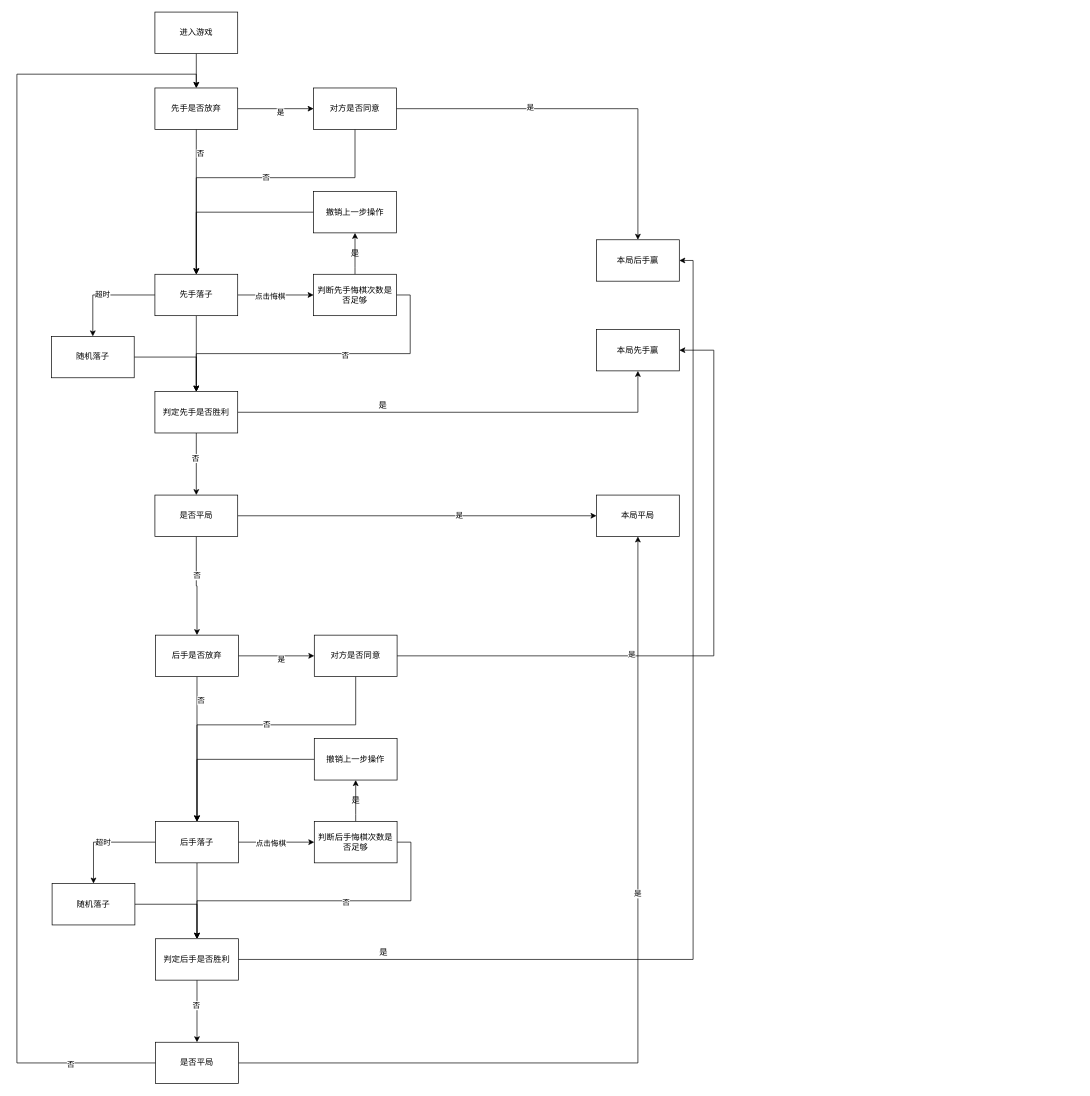
This is 未命名绘图.drawio from wuyah/HUST-Algorithms-Assignment, a draw.io file, before an edit. Source tidied: cells renumbered, new cells numbered last; positions are measured from the earlier drawing's top-left corner, leaving out a move shared by most shapes. Both pictures are drawn from the tidied source at 69%, with x=0, y=0 at pixel (17, 12).
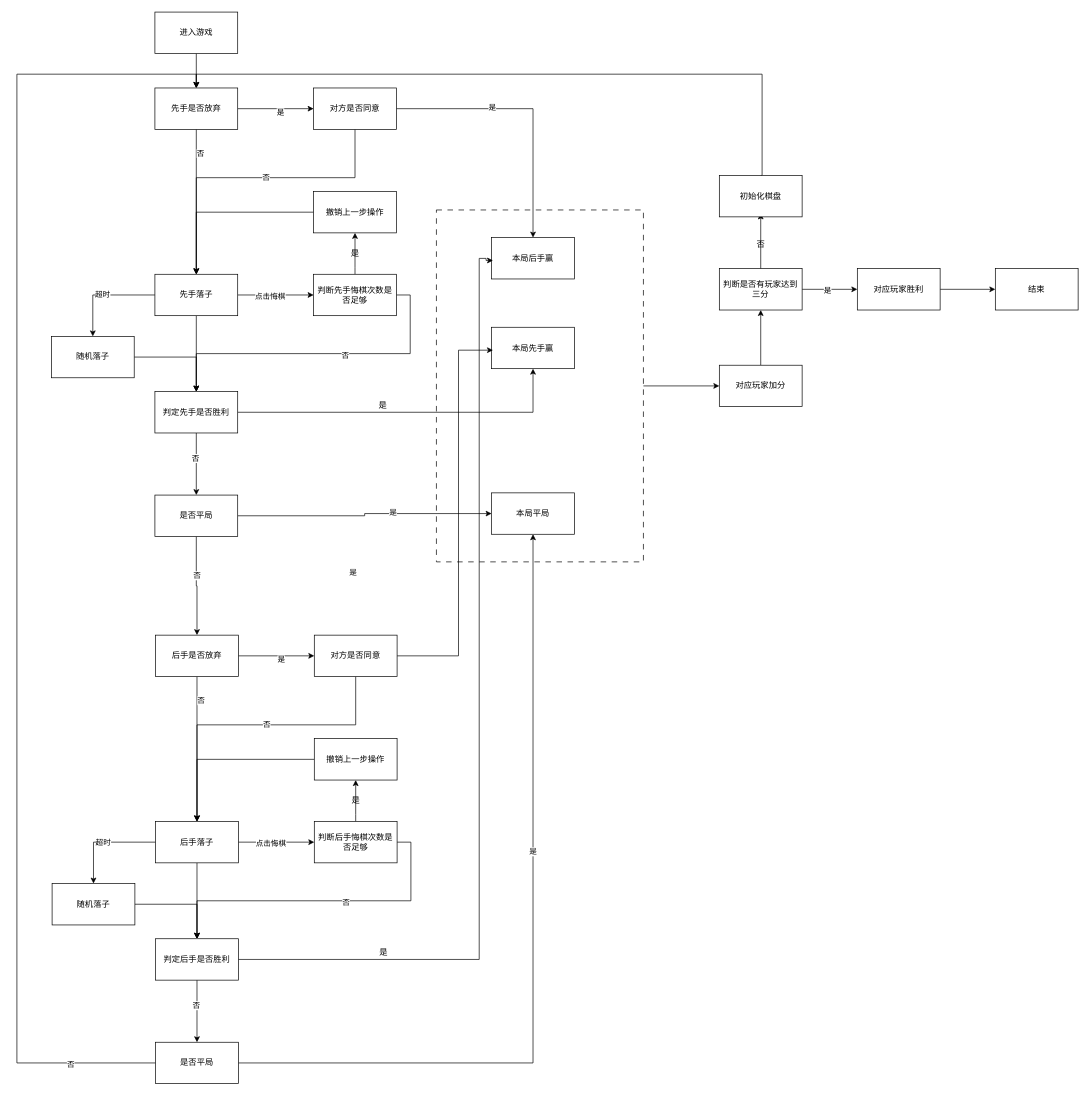
After the change.

Commit message:
更新未命名绘图.drawio

Unchanged cells that the change refers to:
```xml
<mxCell id="6" value="先手是否放弃" style="rounded=0;whiteSpace=wrap;html=1;" parent="1" vertex="1">
  <mxGeometry x="200" y="110" width="120" height="60" as="geometry" />
</mxCell>
<mxCell id="56" value="判定后手是否胜利" style="rounded=0;whiteSpace=wrap;html=1;" parent="1" vertex="1">
  <mxGeometry x="201" y="1343" width="120" height="60" as="geometry" />
</mxCell>
<mxCell id="70" value="对方是否同意" style="rounded=0;whiteSpace=wrap;html=1;" parent="1" vertex="1">
  <mxGeometry x="431" y="903" width="120" height="60" as="geometry" />
</mxCell>
```

What changed in the source:
```diff
@@
     <mxCell id="33" value="本局后手赢" style="rounded=0;whiteSpace=wrap;html=1;" parent="1" vertex="1">
-      <mxGeometry x="840" y="330" width="120" height="60" as="geometry" />
+      <mxGeometry x="688" y="326.8" width="120" height="60" as="geometry" />
     </mxCell>
     <mxCell id="34" value="本局先手赢" style="rounded=0;whiteSpace=wrap;html=1;" parent="1" vertex="1">
-      <mxGeometry x="840" y="460" width="120" height="60" as="geometry" />
+      <mxGeometry x="688" y="456.8" width="120" height="60" as="geometry" />
     </mxCell>
@@
     <mxCell id="41" value="本局平局" style="rounded=0;whiteSpace=wrap;html=1;" parent="1" vertex="1">
-      <mxGeometry x="840" y="700" width="120" height="60" as="geometry" />
+      <mxGeometry x="688" y="696.8" width="120" height="60" as="geometry" />
     </mxCell>
@@
-    <mxCell id="53" style="edgeStyle=orthogonalEdgeStyle;rounded=0;jettySize=auto;html=1;entryX=1;entryY=0.5;entryDx=0;entryDy=0;" parent="1" edge="1" source="56" target="33">
-      <mxGeometry relative="1" as="geometry" />
+    <mxCell id="53" style="edgeStyle=orthogonalEdgeStyle;rounded=0;jettySize=auto;html=1;" parent="1" edge="1" source="56">
+      <mxGeometry relative="1" as="geometry">
+        <mxPoint x="690" y="360" as="targetPoint" />
+        <Array as="points">
+          <mxPoint x="670" y="1373" />
+          <mxPoint x="670" y="357" />
+          <mxPoint x="680" y="357" />
+          <mxPoint x="680" y="360" />
+        </Array>
+      </mxGeometry>
     </mxCell>
@@
     <mxCell id="68" style="edgeStyle=orthogonalEdgeStyle;rounded=0;jettySize=auto;html=1;" parent="1" edge="1" source="70">
       <mxGeometry relative="1" as="geometry">
-        <mxPoint x="960" y="490" as="targetPoint" />
+        <mxPoint x="690" y="490" as="targetPoint" />
         <Array as="points">
-          <mxPoint x="1010" y="933" />
-          <mxPoint x="1010" y="490" />
+          <mxPoint x="640" y="933" />
+          <mxPoint x="640" y="490" />
         </Array>
       </mxGeometry>
     </mxCell>
     <mxCell id="69" value="是" style="edgeLabel;html=1;align=center;verticalAlign=middle;" parent="68" vertex="1">
       <mxGeometry x="-0.29" y="3" relative="1" as="geometry">
-        <mxPoint x="1" as="offset" />
+        <mxPoint x="-151" y="-3" as="offset" />
       </mxGeometry>
     </mxCell>
@@
+    <mxCell id="77" style="edgeStyle=orthogonalEdgeStyle;rounded=0;jettySize=auto;html=1;exitX=1;exitY=0.5;exitDx=0;exitDy=0;entryX=0;entryY=0.5;entryDx=0;entryDy=0;" parent="1" edge="1" source="78" target="80">
+      <mxGeometry relative="1" as="geometry" />
+    </mxCell>
+    <mxCell id="78" style="rounded=0;whiteSpace=wrap;html=1;fillColor=none;dashed=1;dashPattern=8 8;" parent="1" vertex="1">
+      <mxGeometry x="608" y="286.8" width="300" height="510" as="geometry" />
+    </mxCell>
+    <mxCell id="79" style="edgeStyle=orthogonalEdgeStyle;rounded=0;jettySize=auto;html=1;" parent="1" edge="1" source="80" target="84">
+      <mxGeometry relative="1" as="geometry" />
+    </mxCell>
+    <mxCell id="80" value="对应玩家加分" style="rounded=0;whiteSpace=wrap;html=1;" parent="1" vertex="1">
+      <mxGeometry x="1018" y="511.8" width="120" height="60" as="geometry" />
+    </mxCell>
+    <mxCell id="81" style="edgeStyle=orthogonalEdgeStyle;rounded=0;jettySize=auto;html=1;" parent="1" edge="1" source="84">
+      <mxGeometry relative="1" as="geometry">
+        <mxPoint x="1078" y="291.8" as="targetPoint" />
+      </mxGeometry>
+    </mxCell>
+    <mxCell id="82" style="edgeStyle=orthogonalEdgeStyle;rounded=0;jettySize=auto;html=1;" parent="1" edge="1" source="84" target="89">
+      <mxGeometry relative="1" as="geometry" />
+    </mxCell>
+    <mxCell id="83" value="是" style="edgeLabel;html=1;align=center;verticalAlign=middle;" parent="82" vertex="1">
+      <mxGeometry x="-0.1" y="-1" relative="1" as="geometry" />
+    </mxCell>
+    <mxCell id="84" value="判断是否有玩家达到三分" style="rounded=0;whiteSpace=wrap;html=1;" parent="1" vertex="1">
+      <mxGeometry x="1018" y="371.8" width="120" height="60" as="geometry" />
+    </mxCell>
+    <mxCell id="85" style="edgeStyle=orthogonalEdgeStyle;rounded=0;jettySize=auto;html=1;entryX=0.5;entryY=0;entryDx=0;entryDy=0;exitX=0.5;exitY=0;exitDx=0;exitDy=0;" parent="1" edge="1" source="86" target="6">
+      <mxGeometry relative="1" as="geometry">
+        <Array as="points">
+          <mxPoint x="1080" y="237" />
+          <mxPoint x="1080" y="90" />
+          <mxPoint x="260" y="90" />
+        </Array>
+      </mxGeometry>
+    </mxCell>
+    <mxCell id="86" value="初始化棋盘" style="rounded=0;whiteSpace=wrap;html=1;" parent="1" vertex="1">
+      <mxGeometry x="1018" y="236.8" width="120" height="60" as="geometry" />
+    </mxCell>
+    <mxCell id="87" value="否" style="text;html=1;align=center;verticalAlign=middle;strokeColor=none;fillColor=none;" parent="1" vertex="1">
+      <mxGeometry x="1058" y="321.8" width="40" height="30" as="geometry" />
+    </mxCell>
+    <mxCell id="88" style="edgeStyle=orthogonalEdgeStyle;rounded=0;jettySize=auto;html=1;" parent="1" edge="1" source="89" target="90">
+      <mxGeometry relative="1" as="geometry" />
+    </mxCell>
+    <mxCell id="89" value="对应玩家胜利" style="whiteSpace=wrap;html=1;rounded=0;" parent="1" vertex="1">
+      <mxGeometry x="1218" y="371.8" width="120" height="60" as="geometry" />
+    </mxCell>
+    <mxCell id="90" value="结束" style="whiteSpace=wrap;html=1;rounded=0;" parent="1" vertex="1">
+      <mxGeometry x="1418" y="371.8" width="120" height="60" as="geometry" />
+    </mxCell>
```
